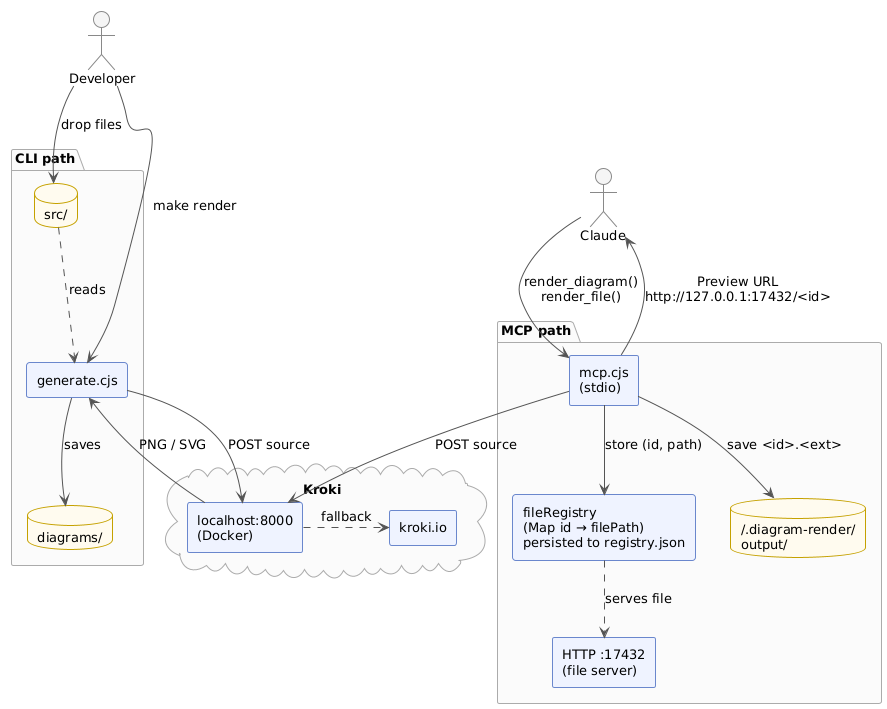
Earlier version of the PlantUML export diagrams/public/architecture/overview.png (Dev-Dipesh/canopy).
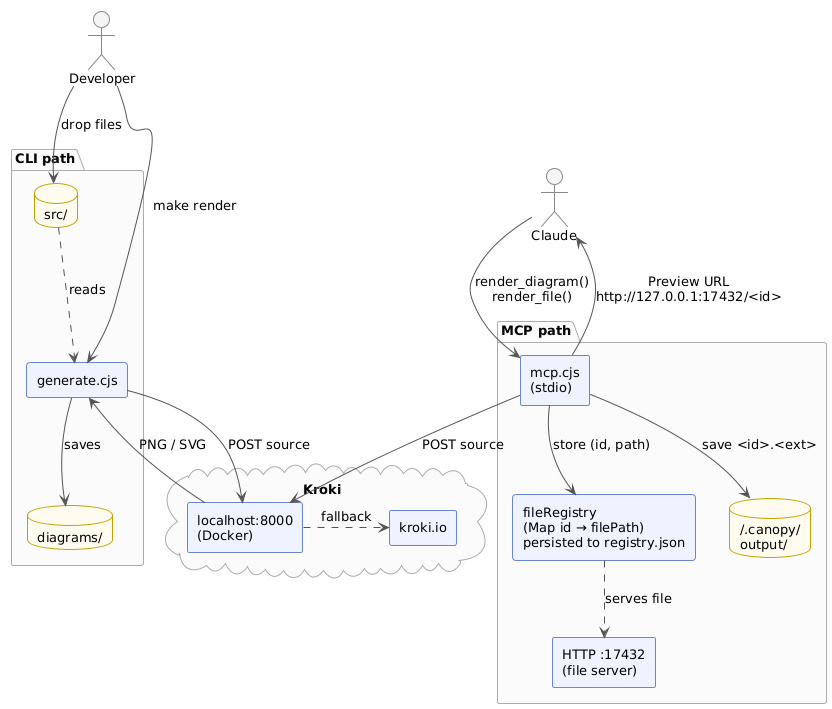
The same diagram one commit later.

Commit message:
refactor: rename project to canopy and migrate storage path

What changed in the source:
```diff
@@ -29,7 +29,7 @@
 package "MCP path" {
   component "mcp.cjs\n(stdio)" as mcp
   component "fileRegistry\n(Map id → filePath)\npersisted to registry.json" as reg
-  database "~/.diagram-render/\noutput/" as store
+  database "~/.canopy/\noutput/" as store
   component "HTTP :17432\n(file server)" as http
 }
 
```
